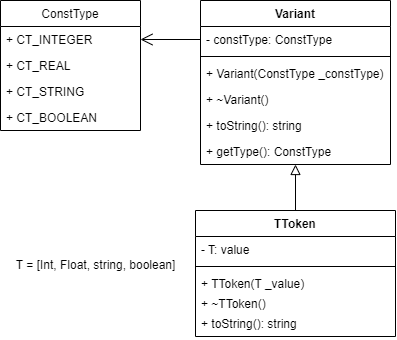
The draw.io diagram diagrams/constant.png in korpatiy/compiler, before a commit. Source tidied: cells renumbered, new cells last; positions are measured from the earlier drawing's top-left corner, leaving out a move shared by most shapes.
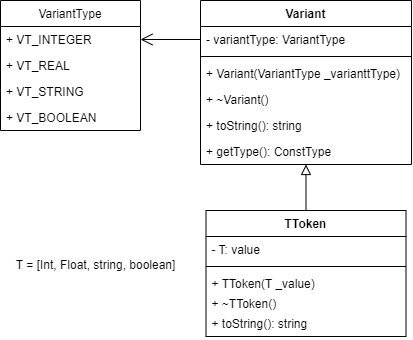
The same diagram one commit later.

What changed in the source:
```diff
@@ -3,46 +3,46 @@
     <mxCell id="0" />
     <mxCell id="1" parent="0" />
     <mxCell id="2" value="Variant" style="swimlane;fontStyle=1;align=center;verticalAlign=top;horizontal=1;startSize=26;" parent="1" vertex="1">
-      <mxGeometry x="200" width="190" height="164" as="geometry" />
+      <mxGeometry x="200" width="211" height="164" as="geometry" />
     </mxCell>
-    <mxCell id="3" value="- constType: ConstType" style="text;strokeColor=none;fillColor=none;align=left;verticalAlign=top;spacingLeft=4;spacingRight=4;overflow=hidden;points=[[0,0.5],[1,0.5]];portConstraint=eastwest;" parent="2" vertex="1">
-      <mxGeometry y="26" width="190" height="26" as="geometry" />
+    <mxCell id="3" value="- variantType: VariantType" style="text;strokeColor=none;fillColor=none;align=left;verticalAlign=top;spacingLeft=4;spacingRight=4;overflow=hidden;points=[[0,0.5],[1,0.5]];portConstraint=eastwest;" parent="2" vertex="1">
+      <mxGeometry y="26" width="211" height="26" as="geometry" />
     </mxCell>
     <mxCell id="4" style="line;strokeWidth=1;fillColor=none;align=left;verticalAlign=middle;spacingTop=-1;spacingLeft=3;spacingRight=3;labelPosition=right;" parent="2" vertex="1">
-      <mxGeometry y="52" width="190" height="8" as="geometry" />
+      <mxGeometry y="52" width="211" height="8" as="geometry" />
     </mxCell>
-    <mxCell id="5" value="+ Variant(ConstType _constType)" style="text;strokeColor=none;fillColor=none;align=left;verticalAlign=top;spacingLeft=4;spacingRight=4;overflow=hidden;" parent="2" vertex="1">
-      <mxGeometry y="60" width="190" height="26" as="geometry" />
+    <mxCell id="5" value="+ Variant(VariantType _varianttType)" style="text;strokeColor=none;fillColor=none;align=left;verticalAlign=top;spacingLeft=4;spacingRight=4;overflow=hidden;" parent="2" vertex="1">
+      <mxGeometry y="60" width="211" height="26" as="geometry" />
     </mxCell>
     <mxCell id="6" value="+ ~Variant()" style="text;strokeColor=none;fillColor=none;align=left;verticalAlign=top;spacingLeft=4;spacingRight=4;overflow=hidden;" parent="2" vertex="1">
-      <mxGeometry y="86" width="190" height="26" as="geometry" />
+      <mxGeometry y="86" width="211" height="26" as="geometry" />
     </mxCell>
     <mxCell id="7" value="+ toString(): string" style="text;strokeColor=none;fillColor=none;align=left;verticalAlign=top;spacingLeft=4;spacingRight=4;overflow=hidden;" parent="2" vertex="1">
-      <mxGeometry y="112" width="190" height="26" as="geometry" />
+      <mxGeometry y="112" width="211" height="26" as="geometry" />
     </mxCell>
     <mxCell id="8" value="+ getType(): ConstType" style="text;strokeColor=none;fillColor=none;align=left;verticalAlign=top;spacingLeft=4;spacingRight=4;overflow=hidden;" parent="2" vertex="1">
-      <mxGeometry y="138" width="190" height="26" as="geometry" />
+      <mxGeometry y="138" width="211" height="26" as="geometry" />
     </mxCell>
-    <mxCell id="9" value="ConstType" style="swimlane;fontStyle=0;horizontal=1;startSize=26;fillColor=none;" parent="1" vertex="1">
+    <mxCell id="9" value="VariantType" style="swimlane;fontStyle=0;horizontal=1;startSize=26;fillColor=none;" parent="1" vertex="1">
       <mxGeometry width="140" height="130" as="geometry" />
     </mxCell>
-    <mxCell id="10" value="+ CT_INTEGER" style="text;strokeColor=none;fillColor=none;align=left;verticalAlign=top;spacingLeft=4;spacingRight=4;overflow=hidden;" parent="9" vertex="1">
+    <mxCell id="10" value="+ VT_INTEGER" style="text;strokeColor=none;fillColor=none;align=left;verticalAlign=top;spacingLeft=4;spacingRight=4;overflow=hidden;" parent="9" vertex="1">
       <mxGeometry y="26" width="140" height="26" as="geometry" />
     </mxCell>
-    <mxCell id="11" value="+ CT_REAL" style="text;strokeColor=none;fillColor=none;align=left;verticalAlign=top;spacingLeft=4;spacingRight=4;overflow=hidden;" parent="9" vertex="1">
+    <mxCell id="11" value="+ VT_REAL" style="text;strokeColor=none;fillColor=none;align=left;verticalAlign=top;spacingLeft=4;spacingRight=4;overflow=hidden;" parent="9" vertex="1">
       <mxGeometry y="52" width="140" height="26" as="geometry" />
     </mxCell>
-    <mxCell id="12" value="+ CT_STRING" style="text;strokeColor=none;fillColor=none;align=left;verticalAlign=top;spacingLeft=4;spacingRight=4;overflow=hidden;" parent="9" vertex="1">
+    <mxCell id="12" value="+ VT_STRING" style="text;strokeColor=none;fillColor=none;align=left;verticalAlign=top;spacingLeft=4;spacingRight=4;overflow=hidden;" parent="9" vertex="1">
       <mxGeometry y="78" width="140" height="26" as="geometry" />
     </mxCell>
-    <mxCell id="13" value="+ CT_BOOLEAN" style="text;strokeColor=none;fillColor=none;align=left;verticalAlign=top;spacingLeft=4;spacingRight=4;overflow=hidden;" parent="9" vertex="1">
+    <mxCell id="13" value="+ VT_BOOLEAN" style="text;strokeColor=none;fillColor=none;align=left;verticalAlign=top;spacingLeft=4;spacingRight=4;overflow=hidden;" parent="9" vertex="1">
       <mxGeometry y="104" width="140" height="26" as="geometry" />
     </mxCell>
     <mxCell id="14" style="edgeStyle=orthogonalEdgeStyle;rounded=0;jettySize=auto;html=1;endArrow=block;endFill=0;endSize=8;" parent="1" edge="1" source="15" target="2">
       <mxGeometry relative="1" as="geometry" />
     </mxCell>
     <mxCell id="15" value="TToken" style="swimlane;fontStyle=1;align=center;verticalAlign=top;horizontal=1;startSize=26;" parent="1" vertex="1">
-      <mxGeometry x="195" y="210" width="200" height="126" as="geometry" />
+      <mxGeometry x="205.5" y="210" width="200" height="126" as="geometry" />
     </mxCell>
     <mxCell id="16" value="- T: value" style="text;strokeColor=none;fillColor=none;align=left;verticalAlign=top;spacingLeft=4;spacingRight=4;overflow=hidden;" parent="15" vertex="1">
       <mxGeometry y="26" width="200" height="26" as="geometry" />
```
